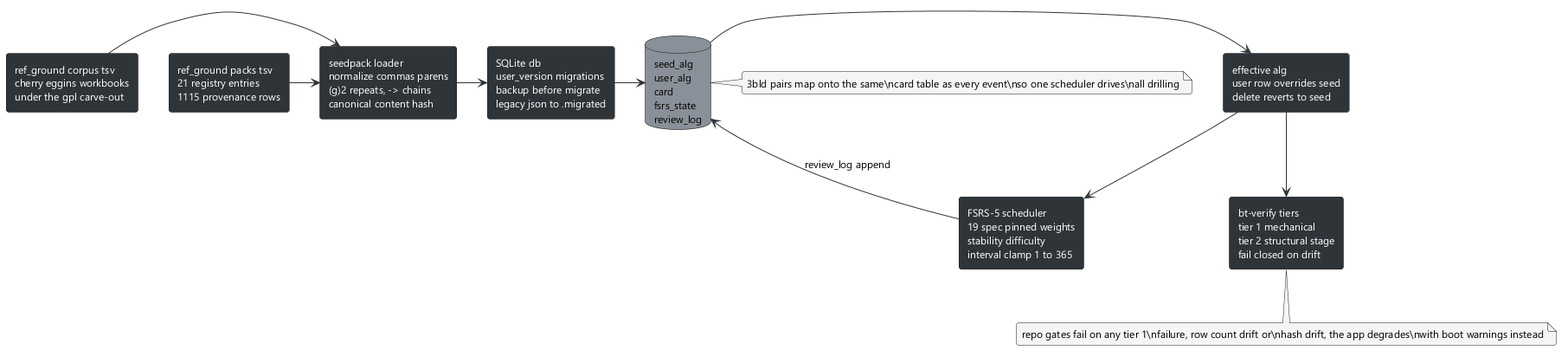
Before: docs/diagrams/04-data.png, a diagram exported from PlantUML (lavantien/blind-trainer). Source of this version:
```plantuml
@startuml 04-data
skinparam backgroundColor #FFFFFF
skinparam defaultFontName Segoe UI
skinparam defaultFontSize 12
skinparam roundCorner 6
skinparam ArrowColor #2f3439
skinparam rectangleBackgroundColor #2f3439
skinparam rectangleFontColor #FFFFFF
skinparam databaseBackgroundColor #8a9099
skinparam NoteBackgroundColor #f4f5f6
rectangle "ref_ground corpus tsv\ncherry eggins workbooks\nunder the gpl carve-out" as tsv
rectangle "ref_ground packs tsv\n21 registry entries\n1115 provenance rows" as packs
rectangle "seedpack loader\nnormalize commas parens\n(g)2 repeats, -> chains\ncanonical content hash" as loader
rectangle "SQLite db\nuser_version migrations\nbackup before migrate\nlegacy json to .migrated" as db
database "seed_alg\nuser_alg\ncard\nfsrs_state\nreview_log" as tables
rectangle "effective alg\nuser row overrides seed\ndelete reverts to seed" as overlay
rectangle "bt-verify tiers\ntier 1 mechanical\ntier 2 structural stage\nfail closed on drift" as verify
rectangle "FSRS-5 scheduler\n19 spec pinned weights\nstability difficulty\ninterval clamp 1 to 365" as fsrs
tsv -> loader
packs -> loader
loader -> db
db -> tables
tables -> overlay
overlay --> verify
overlay --> fsrs
fsrs --> tables : review_log append
note bottom of verify
  repo gates fail on any tier 1\nfailure, row count drift or\nhash drift, the app degrades\nwith boot warnings instead
end note
note right of tables
  3bld pairs map onto the same\ncard table as every event\nso one scheduler drives\nall drilling
end note
@enduml
```
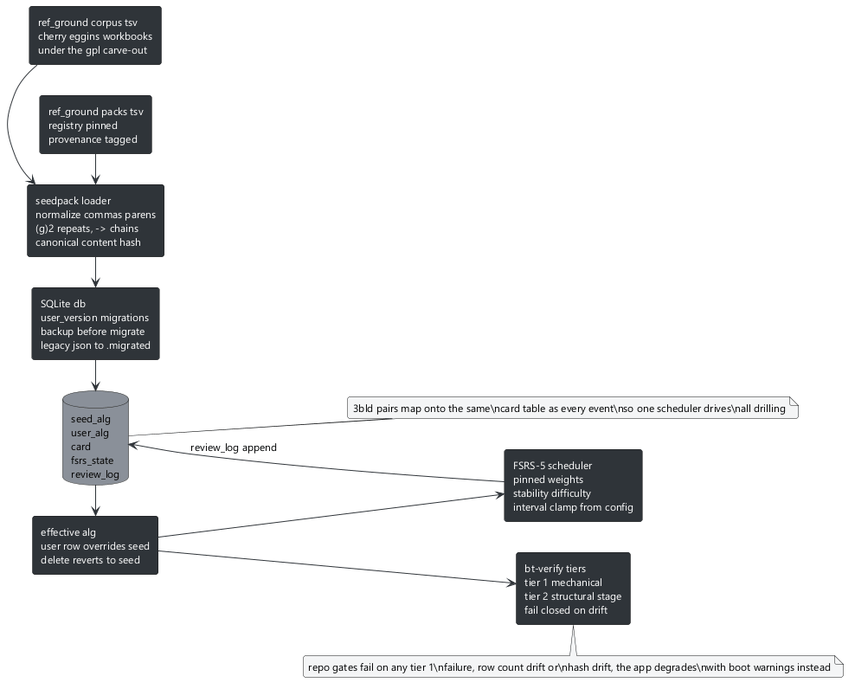
Later version of the same file.

Change to the diagram source:
```diff
@@ -1,4 +1,5 @@
 @startuml 04-data
+left to right direction
 skinparam backgroundColor #FFFFFF
 skinparam defaultFontName Segoe UI
 skinparam defaultFontSize 12
@@ -9,13 +10,13 @@
 skinparam databaseBackgroundColor #8a9099
 skinparam NoteBackgroundColor #f4f5f6
 rectangle "ref_ground corpus tsv\ncherry eggins workbooks\nunder the gpl carve-out" as tsv
-rectangle "ref_ground packs tsv\n21 registry entries\n1115 provenance rows" as packs
+rectangle "ref_ground packs tsv\nregistry pinned\nprovenance tagged" as packs
 rectangle "seedpack loader\nnormalize commas parens\n(g)2 repeats, -> chains\ncanonical content hash" as loader
 rectangle "SQLite db\nuser_version migrations\nbackup before migrate\nlegacy json to .migrated" as db
 database "seed_alg\nuser_alg\ncard\nfsrs_state\nreview_log" as tables
 rectangle "effective alg\nuser row overrides seed\ndelete reverts to seed" as overlay
 rectangle "bt-verify tiers\ntier 1 mechanical\ntier 2 structural stage\nfail closed on drift" as verify
-rectangle "FSRS-5 scheduler\n19 spec pinned weights\nstability difficulty\ninterval clamp 1 to 365" as fsrs
+rectangle "FSRS-5 scheduler\npinned weights\nstability difficulty\ninterval clamp from config" as fsrs
 tsv -> loader
 packs -> loader
 loader -> db
```
